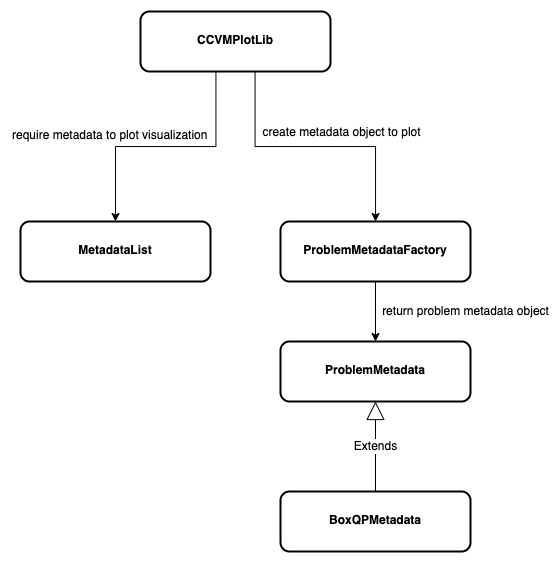
Before: diagrams/plottor_class_diagram.png, a diagram exported from draw.io (1QB-Information-Technologies/ccvm). Source tidied: cells renumbered, new cells last; positions are measured from the earlier drawing's top-left corner, leaving out a move shared by most shapes. Source of this version:
```xml
<mxGraphModel>
  <root>
    <mxCell id="0" />
    <mxCell id="1" parent="0" />
    <mxCell id="2" value="&lt;p style=&quot;margin: 4px 0px 0px;&quot;&gt;&lt;b&gt;&lt;br&gt;&lt;/b&gt;&lt;/p&gt;&lt;p style=&quot;margin: 4px 0px 0px;&quot;&gt;&lt;b&gt;MetadataList&lt;/b&gt;&lt;/p&gt;" style="verticalAlign=top;align=center;overflow=fill;fontSize=12;fontFamily=Helvetica;html=1;whiteSpace=wrap;rounded=1;strokeColor=default;strokeWidth=2;fontColor=default;fillColor=default;" parent="1" vertex="1">
      <mxGeometry x="10" y="210" width="190" height="60" as="geometry" />
    </mxCell>
    <mxCell id="3" style="edgeStyle=orthogonalEdgeStyle;rounded=0;jettySize=auto;html=1;exitX=0.603;exitY=0.967;exitDx=0;exitDy=0;fontFamily=Helvetica;fontSize=12;fontColor=default;exitPerimeter=0;" parent="1" edge="1" source="6" target="7">
      <mxGeometry relative="1" as="geometry" />
    </mxCell>
    <mxCell id="4" value="create metadata object to plot" style="edgeLabel;html=1;align=center;verticalAlign=middle;fontSize=12;fontFamily=Helvetica;fontColor=default;" parent="3" vertex="1">
      <mxGeometry x="-0.26" y="-1" relative="1" as="geometry">
        <mxPoint x="62" y="-16" as="offset" />
      </mxGeometry>
    </mxCell>
    <mxCell id="5" style="edgeStyle=orthogonalEdgeStyle;rounded=0;jettySize=auto;html=1;exitX=0.397;exitY=0.998;exitDx=0;exitDy=0;entryX=0.5;entryY=0;entryDx=0;entryDy=0;fontFamily=Helvetica;fontSize=12;fontColor=default;exitPerimeter=0;" parent="1" edge="1" source="6" target="2">
      <mxGeometry relative="1" as="geometry" />
    </mxCell>
    <mxCell id="6" value="&lt;p style=&quot;margin: 4px 0px 0px;&quot;&gt;&lt;b&gt;&lt;br&gt;&lt;/b&gt;&lt;/p&gt;&lt;p style=&quot;margin: 4px 0px 0px;&quot;&gt;&lt;b&gt;CCVMPlotLib&lt;/b&gt;&lt;/p&gt;" style="verticalAlign=top;align=center;overflow=fill;fontSize=12;fontFamily=Helvetica;html=1;whiteSpace=wrap;rounded=1;strokeColor=default;strokeWidth=2;fontColor=default;fillColor=default;" parent="1" vertex="1">
      <mxGeometry x="130" width="190" height="60" as="geometry" />
    </mxCell>
    <mxCell id="7" value="&lt;p style=&quot;margin: 4px 0px 0px;&quot;&gt;&lt;b&gt;&lt;br&gt;&lt;/b&gt;&lt;/p&gt;&lt;p style=&quot;margin: 4px 0px 0px;&quot;&gt;&lt;b&gt;ProblemMetadataFactory&lt;/b&gt;&lt;/p&gt;" style="verticalAlign=top;align=center;overflow=fill;fontSize=12;fontFamily=Helvetica;html=1;whiteSpace=wrap;rounded=1;strokeColor=default;strokeWidth=2;fontColor=default;fillColor=default;" parent="1" vertex="1">
      <mxGeometry x="270" y="210" width="190" height="60" as="geometry" />
    </mxCell>
    <mxCell id="8" value="&lt;p style=&quot;margin: 4px 0px 0px;&quot;&gt;&lt;b&gt;&lt;br&gt;&lt;/b&gt;&lt;/p&gt;&lt;p style=&quot;margin: 4px 0px 0px;&quot;&gt;&lt;b&gt;ProblemMetadata&lt;/b&gt;&lt;/p&gt;" style="verticalAlign=top;align=center;overflow=fill;fontSize=12;fontFamily=Helvetica;html=1;whiteSpace=wrap;rounded=1;strokeColor=default;strokeWidth=2;fontColor=default;fillColor=default;" parent="1" vertex="1">
      <mxGeometry x="270" y="330" width="190" height="60" as="geometry" />
    </mxCell>
    <mxCell id="9" value="&lt;p style=&quot;margin: 4px 0px 0px;&quot;&gt;&lt;b&gt;&lt;br&gt;&lt;/b&gt;&lt;/p&gt;&lt;p style=&quot;margin: 4px 0px 0px;&quot;&gt;&lt;b&gt;BoxQPMetadata&lt;/b&gt;&lt;/p&gt;" style="verticalAlign=top;align=center;overflow=fill;fontSize=12;fontFamily=Helvetica;html=1;whiteSpace=wrap;rounded=1;strokeColor=default;strokeWidth=2;fontColor=default;fillColor=default;" parent="1" vertex="1">
      <mxGeometry x="270" y="480" width="190" height="60" as="geometry" />
    </mxCell>
    <mxCell id="10" value="Extends" style="endArrow=block;endSize=16;endFill=0;html=1;rounded=0;fontFamily=Helvetica;fontSize=12;fontColor=default;exitX=0.5;exitY=0;exitDx=0;exitDy=0;entryX=0.5;entryY=1;entryDx=0;entryDy=0;" parent="1" edge="1" source="9" target="8">
      <mxGeometry relative="1" as="geometry" />
    </mxCell>
    <mxCell id="11" style="edgeStyle=orthogonalEdgeStyle;rounded=0;jettySize=auto;html=1;exitX=0.5;exitY=1;exitDx=0;exitDy=0;entryX=0.5;entryY=0;entryDx=0;entryDy=0;fontFamily=Helvetica;fontSize=12;fontColor=default;" parent="1" edge="1" source="7" target="8">
      <mxGeometry relative="1" as="geometry" />
    </mxCell>
    <mxCell id="12" value="return problem metadata object" style="edgeLabel;html=1;align=center;verticalAlign=middle;fontSize=12;fontFamily=Helvetica;fontColor=default;" parent="11" vertex="1">
      <mxGeometry x="-0.03" y="5" relative="1" as="geometry">
        <mxPoint x="85" as="offset" />
      </mxGeometry>
    </mxCell>
    <mxCell id="13" value="&lt;span style=&quot;color: rgb(0, 0, 0); font-family: Helvetica; font-size: 12px; font-style: normal; font-variant-ligatures: normal; font-variant-caps: normal; font-weight: 400; letter-spacing: normal; orphans: 2; text-align: center; text-indent: 0px; text-transform: none; widows: 2; word-spacing: 0px; -webkit-text-stroke-width: 0px; background-color: rgb(255, 255, 255); text-decoration-thickness: initial; text-decoration-style: initial; text-decoration-color: initial; float: none; display: inline !important;&quot;&gt;require metadata to plot visualization&lt;/span&gt;" style="text;whiteSpace=wrap;html=1;fontSize=12;fontFamily=Helvetica;fontColor=default;" parent="1" vertex="1">
      <mxGeometry y="110" width="230" height="40" as="geometry" />
    </mxCell>
  </root>
</mxGraphModel>
```
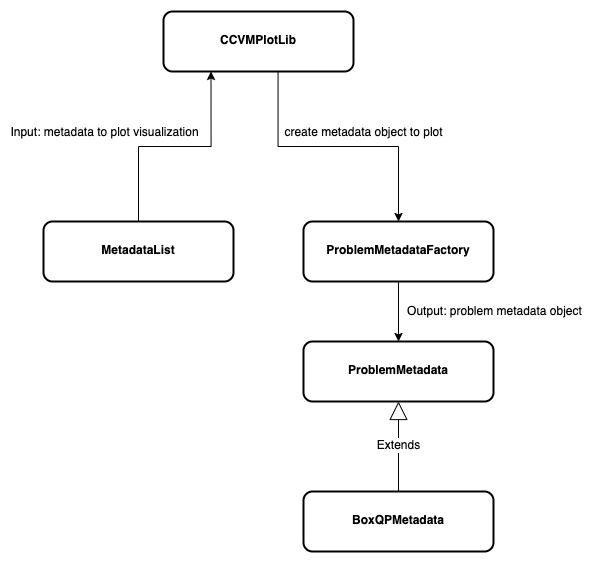
After the change.

The edit, as a diff of the source:
```diff
@@ -2,19 +2,19 @@
   <root>
     <mxCell id="0" />
     <mxCell id="1" parent="0" />
-    <mxCell id="2" value="&lt;p style=&quot;margin: 4px 0px 0px;&quot;&gt;&lt;b&gt;&lt;br&gt;&lt;/b&gt;&lt;/p&gt;&lt;p style=&quot;margin: 4px 0px 0px;&quot;&gt;&lt;b&gt;MetadataList&lt;/b&gt;&lt;/p&gt;" style="verticalAlign=top;align=center;overflow=fill;fontSize=12;fontFamily=Helvetica;html=1;whiteSpace=wrap;rounded=1;strokeColor=default;strokeWidth=2;fontColor=default;fillColor=default;" parent="1" vertex="1">
-      <mxGeometry x="10" y="210" width="190" height="60" as="geometry" />
+    <mxCell id="2" style="edgeStyle=orthogonalEdgeStyle;rounded=0;jettySize=auto;html=1;exitX=0.5;exitY=0;exitDx=0;exitDy=0;entryX=0.25;entryY=1;entryDx=0;entryDy=0;fontFamily=Helvetica;fontSize=12;fontColor=default;" parent="1" edge="1" source="3" target="6">
+      <mxGeometry relative="1" as="geometry" />
     </mxCell>
-    <mxCell id="3" style="edgeStyle=orthogonalEdgeStyle;rounded=0;jettySize=auto;html=1;exitX=0.603;exitY=0.967;exitDx=0;exitDy=0;fontFamily=Helvetica;fontSize=12;fontColor=default;exitPerimeter=0;" parent="1" edge="1" source="6" target="7">
-      <mxGeometry relative="1" as="geometry" />
+    <mxCell id="3" value="&lt;p style=&quot;margin: 4px 0px 0px;&quot;&gt;&lt;b&gt;&lt;br&gt;&lt;/b&gt;&lt;/p&gt;&lt;p style=&quot;margin: 4px 0px 0px;&quot;&gt;&lt;b&gt;MetadataList&lt;/b&gt;&lt;/p&gt;" style="verticalAlign=top;align=center;overflow=fill;fontSize=12;fontFamily=Helvetica;html=1;whiteSpace=wrap;rounded=1;strokeColor=default;strokeWidth=2;fontColor=default;fillColor=default;" parent="1" vertex="1">
+      <mxGeometry x="10" y="210" width="190" height="60" as="geometry" />
     </mxCell>
-    <mxCell id="4" value="create metadata object to plot" style="edgeLabel;html=1;align=center;verticalAlign=middle;fontSize=12;fontFamily=Helvetica;fontColor=default;" parent="3" vertex="1">
-      <mxGeometry x="-0.26" y="-1" relative="1" as="geometry">
-        <mxPoint x="62" y="-16" as="offset" />
-      </mxGeometry>
+    <mxCell id="4" style="edgeStyle=orthogonalEdgeStyle;rounded=0;jettySize=auto;html=1;exitX=0.603;exitY=0.967;exitDx=0;exitDy=0;fontFamily=Helvetica;fontSize=12;fontColor=default;exitPerimeter=0;" parent="1" edge="1" source="6" target="7">
+      <mxGeometry relative="1" as="geometry" />
     </mxCell>
-    <mxCell id="5" style="edgeStyle=orthogonalEdgeStyle;rounded=0;jettySize=auto;html=1;exitX=0.397;exitY=0.998;exitDx=0;exitDy=0;entryX=0.5;entryY=0;entryDx=0;entryDy=0;fontFamily=Helvetica;fontSize=12;fontColor=default;exitPerimeter=0;" parent="1" edge="1" source="6" target="2">
-      <mxGeometry relative="1" as="geometry" />
+    <mxCell id="5" value="create metadata object to plot" style="edgeLabel;html=1;align=center;verticalAlign=middle;fontSize=12;fontFamily=Helvetica;fontColor=default;" parent="4" vertex="1">
+      <mxGeometry x="-0.26" y="-1" relative="1" as="geometry">
+        <mxPoint x="62" y="-16" as="offset" />
+      </mxGeometry>
     </mxCell>
     <mxCell id="6" value="&lt;p style=&quot;margin: 4px 0px 0px;&quot;&gt;&lt;b&gt;&lt;br&gt;&lt;/b&gt;&lt;/p&gt;&lt;p style=&quot;margin: 4px 0px 0px;&quot;&gt;&lt;b&gt;CCVMPlotLib&lt;/b&gt;&lt;/p&gt;" style="verticalAlign=top;align=center;overflow=fill;fontSize=12;fontFamily=Helvetica;html=1;whiteSpace=wrap;rounded=1;strokeColor=default;strokeWidth=2;fontColor=default;fillColor=default;" parent="1" vertex="1">
       <mxGeometry x="130" width="190" height="60" as="geometry" />
@@ -34,13 +34,13 @@
     <mxCell id="11" style="edgeStyle=orthogonalEdgeStyle;rounded=0;jettySize=auto;html=1;exitX=0.5;exitY=1;exitDx=0;exitDy=0;entryX=0.5;entryY=0;entryDx=0;entryDy=0;fontFamily=Helvetica;fontSize=12;fontColor=default;" parent="1" edge="1" source="7" target="8">
       <mxGeometry relative="1" as="geometry" />
     </mxCell>
-    <mxCell id="12" value="return problem metadata object" style="edgeLabel;html=1;align=center;verticalAlign=middle;fontSize=12;fontFamily=Helvetica;fontColor=default;" parent="11" vertex="1">
+    <mxCell id="12" value="Output: problem metadata object" style="edgeLabel;html=1;align=center;verticalAlign=middle;fontSize=12;fontFamily=Helvetica;fontColor=default;" parent="11" vertex="1">
       <mxGeometry x="-0.03" y="5" relative="1" as="geometry">
-        <mxPoint x="85" as="offset" />
+        <mxPoint x="90" y="1" as="offset" />
       </mxGeometry>
     </mxCell>
-    <mxCell id="13" value="&lt;span style=&quot;color: rgb(0, 0, 0); font-family: Helvetica; font-size: 12px; font-style: normal; font-variant-ligatures: normal; font-variant-caps: normal; font-weight: 400; letter-spacing: normal; orphans: 2; text-align: center; text-indent: 0px; text-transform: none; widows: 2; word-spacing: 0px; -webkit-text-stroke-width: 0px; background-color: rgb(255, 255, 255); text-decoration-thickness: initial; text-decoration-style: initial; text-decoration-color: initial; float: none; display: inline !important;&quot;&gt;require metadata to plot visualization&lt;/span&gt;" style="text;whiteSpace=wrap;html=1;fontSize=12;fontFamily=Helvetica;fontColor=default;" parent="1" vertex="1">
-      <mxGeometry y="110" width="230" height="40" as="geometry" />
+    <mxCell id="13" value="Input: metadata to plot visualization" style="edgeLabel;html=1;align=center;verticalAlign=middle;fontSize=12;fontFamily=Helvetica;fontColor=default;" parent="1" vertex="1">
+      <mxGeometry x="70" y="120" as="geometry" />
     </mxCell>
   </root>
 </mxGraphModel>
```
